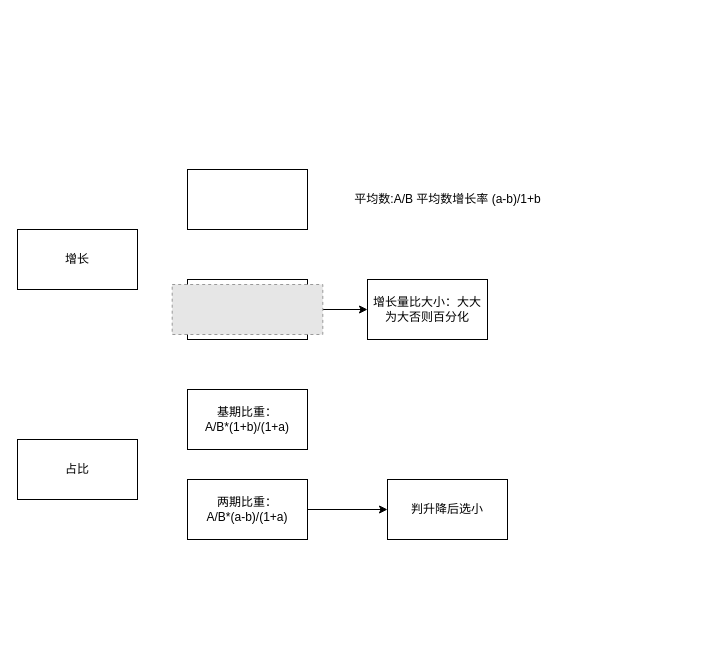
Above: 未命名绘图.drawio in cguank/- (draw.io), before the change. Source tidied: cells renumbered, new cells numbered last; positions are measured from the earlier drawing's top-left corner, leaving out a move shared by most shapes. Both pictures are drawn from the tidied source at 100%, with x=0, y=0 at pixel (17, 169). Pictures stored in the file or linked from it are replaced by grey dashed boxes.
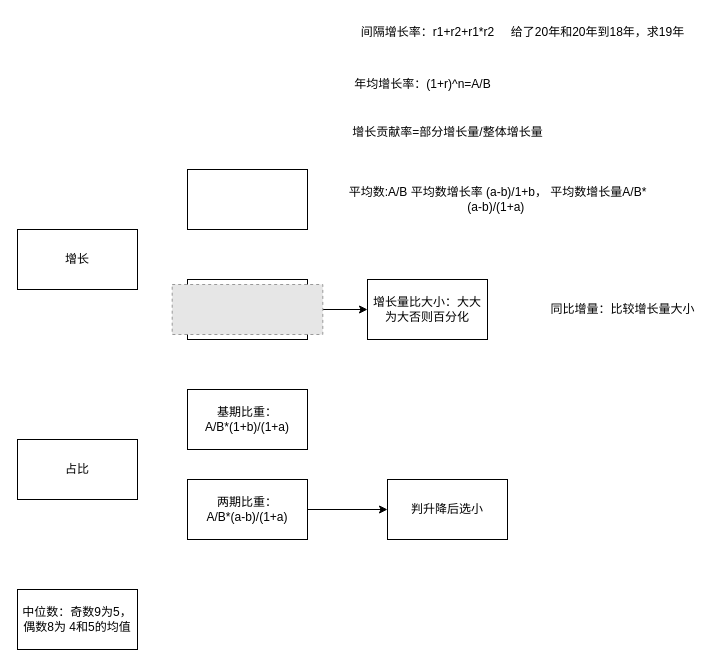
The same page after the edit.

Commit message:
更新未命名绘图.drawio

Change to the diagram source:
```diff
@@
 <mxGraphModel>
   <root>
     <mxCell id="0" />
     <mxCell id="1" parent="0" />
     <mxCell id="2" value="增长" style="rounded=0;whiteSpace=wrap;html=1;" parent="1" vertex="1">
       <mxGeometry y="60" width="120" height="60" as="geometry" />
     </mxCell>
     <mxCell id="3" value="增长量" style="rounded=0;whiteSpace=wrap;html=1;" parent="1" vertex="1">
       <mxGeometry x="170" y="110" width="120" height="60" as="geometry" />
     </mxCell>
     <mxCell id="4" value="增长量比大小：大大为大否则百分化" style="rounded=0;whiteSpace=wrap;html=1;" parent="1" vertex="1">
       <mxGeometry x="350" y="110" width="120" height="60" as="geometry" />
     </mxCell>
     <mxCell id="5" style="edgeStyle=orthogonalEdgeStyle;rounded=0;jettySize=auto;html=1;" parent="1" edge="1" source="6" target="4">
       <mxGeometry relative="1" as="geometry" />
     </mxCell>
     <mxCell id="6" style="fillColor=#E6E6E6;strokeColor=#999999;dashed=1;verticalLabelPosition=bottom;labelBackgroundColor=default;verticalAlign=top;" parent="1" vertex="1">
       <mxGeometry x="154.7" y="115" width="150.6" height="50" as="geometry" />
     </mxCell>
     <mxCell id="7" value="基期比重：&lt;br&gt;A/B*(1+b)/(1+a)" style="rounded=0;whiteSpace=wrap;html=1;" parent="1" vertex="1">
       <mxGeometry x="170" y="220" width="120" height="60" as="geometry" />
     </mxCell>
     <mxCell id="8" style="edgeStyle=orthogonalEdgeStyle;rounded=0;jettySize=auto;html=1;" parent="1" edge="1" source="9" target="11">
       <mxGeometry relative="1" as="geometry" />
     </mxCell>
     <mxCell id="9" value="两期比重：&lt;br&gt;A/B*(a-b)/(1+a)" style="rounded=0;whiteSpace=wrap;html=1;" parent="1" vertex="1">
       <mxGeometry x="170" y="310" width="120" height="60" as="geometry" />
     </mxCell>
     <mxCell id="10" value="占比" style="rounded=0;whiteSpace=wrap;html=1;" parent="1" vertex="1">
       <mxGeometry y="270" width="120" height="60" as="geometry" />
     </mxCell>
     <mxCell id="11" value="判升降后选小" style="whiteSpace=wrap;html=1;rounded=0;" parent="1" vertex="1">
       <mxGeometry x="370" y="310" width="120" height="60" as="geometry" />
     </mxCell>
     <mxCell id="12" style="whiteSpace=wrap;html=1;" parent="1" vertex="1">
       <mxGeometry x="170" width="120" height="60" as="geometry" />
     </mxCell>
-    <mxCell id="13" value="平均数:A/B 平均数增长率 (a-b)/1+b" style="text;html=1;align=center;verticalAlign=middle;strokeColor=none;fillColor=none;" parent="1" vertex="1">
-      <mxGeometry x="325" y="15" width="210" height="30" as="geometry" />
+    <mxCell id="13" value="平均数:A/B 平均数增长率 (a-b)/1+b， 平均数增长量&lt;span style=&quot;text-wrap: wrap;&quot;&gt;A/B*(a-b)/(1+a)&lt;/span&gt;&amp;nbsp;" style="text;html=1;align=center;verticalAlign=middle;strokeColor=none;fillColor=none;" parent="1" vertex="1">
+      <mxGeometry x="290" y="15" width="380" height="30" as="geometry" />
     </mxCell>
+    <mxCell id="14" value="增长贡献率=部分增长量/整体增长量" style="text;html=1;align=center;verticalAlign=middle;strokeColor=none;fillColor=none;" parent="1" vertex="1">
+      <mxGeometry x="325" y="-52" width="210" height="30" as="geometry" />
+    </mxCell>
+    <mxCell id="15" value="年均增长率：(1+r)^n=A/B" style="text;html=1;align=center;verticalAlign=middle;strokeColor=none;fillColor=none;" parent="1" vertex="1">
+      <mxGeometry x="325" y="-100" width="160" height="30" as="geometry" />
+    </mxCell>
+    <mxCell id="16" value="同比增量：比较增长量大小" style="text;html=1;align=center;verticalAlign=middle;strokeColor=none;fillColor=none;" parent="1" vertex="1">
+      <mxGeometry x="520" y="125" width="170" height="30" as="geometry" />
+    </mxCell>
+    <mxCell id="17" value="中位数：奇数9为5，偶数8为 4和5的均值" style="whiteSpace=wrap;html=1;" parent="1" vertex="1">
+      <mxGeometry y="420" width="120" height="60" as="geometry" />
+    </mxCell>
+    <mxCell id="18" value="间隔增长率：r1+r2+r1*r2" style="text;html=1;align=center;verticalAlign=middle;strokeColor=none;fillColor=none;" parent="1" vertex="1">
+      <mxGeometry x="330" y="-152" width="160" height="30" as="geometry" />
+    </mxCell>
+    <mxCell id="19" value="给了20年和20年到18年，求19年" style="text;html=1;align=center;verticalAlign=middle;strokeColor=none;fillColor=none;" parent="1" vertex="1">
+      <mxGeometry x="480" y="-152" width="200" height="30" as="geometry" />
+    </mxCell>
   </root>
 </mxGraphModel>
```
